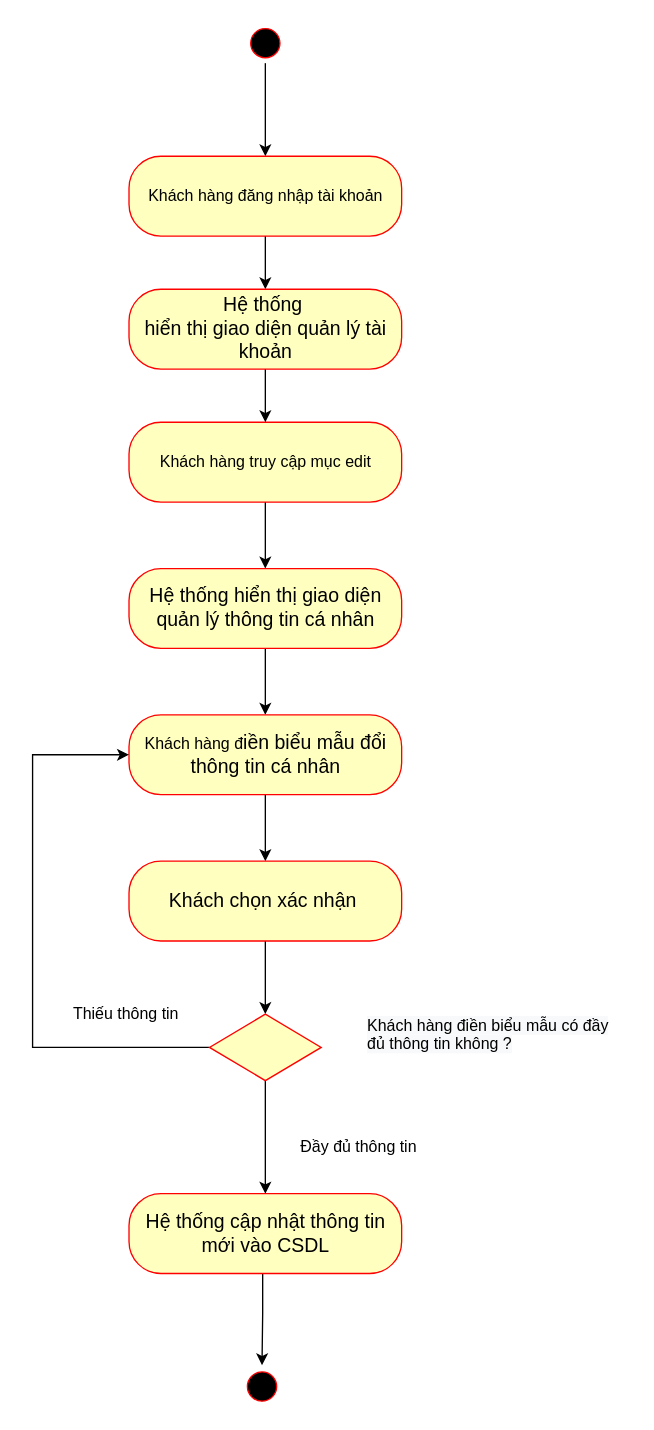
Above: Nam3_HK1/CNPM_SoftTech/Activity Diagrams/Linh Quân/AD_ĐổiThôngTinCáNhân.drawio in EdgarIgnite16/SGU-Course (draw.io), before the change. Source tidied: cells renumbered, new cells numbered last; positions are measured from the earlier drawing's top-left corner, leaving out a move shared by most shapes. Both pictures are drawn from the tidied source at 133%, with x=0, y=0 at pixel (32, 23).
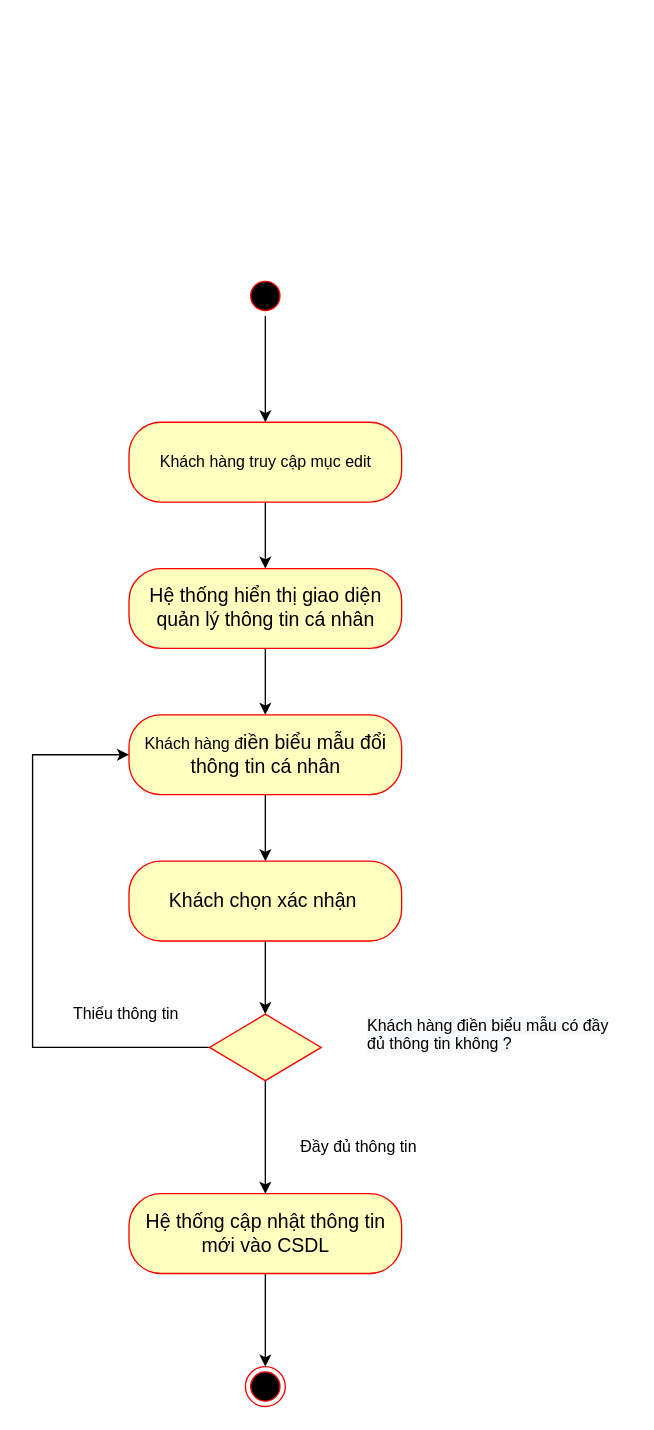
Above is the later version.

The change refers to these unchanged cells:
```xml
<mxCell id="5" value="Khách hàng truy cập mục edit" style="rounded=1;whiteSpace=wrap;html=1;arcSize=40;fontColor=#000000;fillColor=#ffffc0;strokeColor=#ff0000;fontFamily=Helvetica;" parent="1" vertex="1">
  <mxGeometry x="72.5" y="300" width="205" height="60" as="geometry" />
</mxCell>
<mxCell id="24" value="&lt;font face=&quot;calibri, sans-serif&quot;&gt;&lt;span style=&quot;font-size: 14.6667px;&quot;&gt;Hệ thống cập nhật thông tin mới vào CSDL&lt;/span&gt;&lt;/font&gt;" style="rounded=1;whiteSpace=wrap;html=1;arcSize=40;fontColor=#000000;fillColor=#ffffc0;strokeColor=#ff0000;fontFamily=Helvetica;" parent="1" vertex="1">
  <mxGeometry x="72.5" y="880" width="205" height="60" as="geometry" />
</mxCell>
```

Diff of the diagram source:
```diff
@@
-    <mxCell id="2" style="edgeStyle=orthogonalEdgeStyle;rounded=0;jettySize=auto;html=1;entryX=0.5;entryY=0;entryDx=0;entryDy=0;startArrow=none;startFill=0;endArrow=classic;endFill=1;" parent="1" edge="1" source="3" target="7">
+    <mxCell id="2" style="edgeStyle=orthogonalEdgeStyle;rounded=0;jettySize=auto;html=1;startArrow=none;startFill=0;endArrow=classic;endFill=1;" parent="1" edge="1" source="3" target="5">
       <mxGeometry relative="1" as="geometry" />
     </mxCell>
     <mxCell id="3" style="ellipse;html=1;shape=startState;fillColor=#000000;strokeColor=#ff0000;fontFamily=Helvetica;" parent="1" vertex="1">
-      <mxGeometry x="160" width="30" height="30" as="geometry" />
+      <mxGeometry x="160" y="190" width="30" height="30" as="geometry" />
     </mxCell>
@@
-    <mxCell id="6" style="edgeStyle=orthogonalEdgeStyle;rounded=0;jettySize=auto;html=1;startArrow=none;startFill=0;endArrow=classic;endFill=1;" parent="1" edge="1" source="7" target="9">
-      <mxGeometry relative="1" as="geometry" />
-    </mxCell>
-    <mxCell id="7" value="Khách hàng đăng nhập tài khoản" style="rounded=1;whiteSpace=wrap;html=1;arcSize=40;fontColor=#000000;fillColor=#ffffc0;strokeColor=#ff0000;fontFamily=Helvetica;" parent="1" vertex="1">
-      <mxGeometry x="72.5" y="100" width="205" height="60" as="geometry" />
-    </mxCell>
-    <mxCell id="8" style="edgeStyle=orthogonalEdgeStyle;rounded=0;jettySize=auto;html=1;entryX=0.5;entryY=0;entryDx=0;entryDy=0;startArrow=none;startFill=0;endArrow=classic;endFill=1;" parent="1" edge="1" source="9" target="5">
-      <mxGeometry relative="1" as="geometry" />
-    </mxCell>
-    <mxCell id="9" value="&lt;span id=&quot;docs-internal-guid-a755cbce-7fff-5603-da7d-0f5ff9f60d26&quot;&gt;&lt;span style=&quot;font-size: 11pt; font-family: Calibri, sans-serif; background-color: transparent; font-variant-numeric: normal; font-variant-east-asian: normal; vertical-align: baseline;&quot;&gt;&lt;span id=&quot;docs-internal-guid-3a66080e-7fff-48ba-696f-a82fc092c207&quot;&gt;&lt;p style=&quot;line-height:1.2;margin-top:0pt;margin-bottom:0pt;&quot; dir=&quot;ltr&quot;&gt;&lt;span style=&quot;font-size: 11pt; background-color: transparent; font-variant-numeric: normal; font-variant-east-asian: normal; vertical-align: baseline;&quot;&gt;Hệ thống&amp;nbsp;&lt;/span&gt;&lt;/p&gt;&lt;/span&gt;hiển thị giao diện quản lý tài khoản&lt;/span&gt;&lt;/span&gt;" style="rounded=1;whiteSpace=wrap;html=1;arcSize=40;fontColor=#000000;fillColor=#ffffc0;strokeColor=#ff0000;fontFamily=Helvetica;" parent="1" vertex="1">
-      <mxGeometry x="72.5" y="200" width="205" height="60" as="geometry" />
-    </mxCell>
@@
-    <mxCell id="22" style="ellipse;html=1;shape=startState;fillColor=#000000;strokeColor=#ff0000;fontFamily=Helvetica;" parent="1" vertex="1">
-      <mxGeometry x="157.5" y="1010" width="30" height="30" as="geometry" />
-    </mxCell>
-    <mxCell id="23" style="edgeStyle=orthogonalEdgeStyle;rounded=0;orthogonalLoop=1;jettySize=auto;html=1;entryX=0.5;entryY=0;entryDx=0;entryDy=0;" parent="1" edge="1">
-      <mxGeometry relative="1" as="geometry">
-        <mxPoint x="180" y="930" as="sourcePoint" />
-        <mxPoint x="172.5" y="1009" as="targetPoint" />
-        <Array as="points">
-          <mxPoint x="173" y="930" />
-          <mxPoint x="173" y="970" />
-        </Array>
-      </mxGeometry>
+    <mxCell id="23" style="edgeStyle=orthogonalEdgeStyle;rounded=0;jettySize=auto;html=1;" parent="1" edge="1" source="24" target="25">
+      <mxGeometry relative="1" as="geometry" />
     </mxCell>
@@
+    <mxCell id="25" style="ellipse;html=1;shape=endState;fillColor=#000000;strokeColor=#ff0000;" parent="1" vertex="1">
+      <mxGeometry x="160" y="1010" width="30" height="30" as="geometry" />
+    </mxCell>
```
